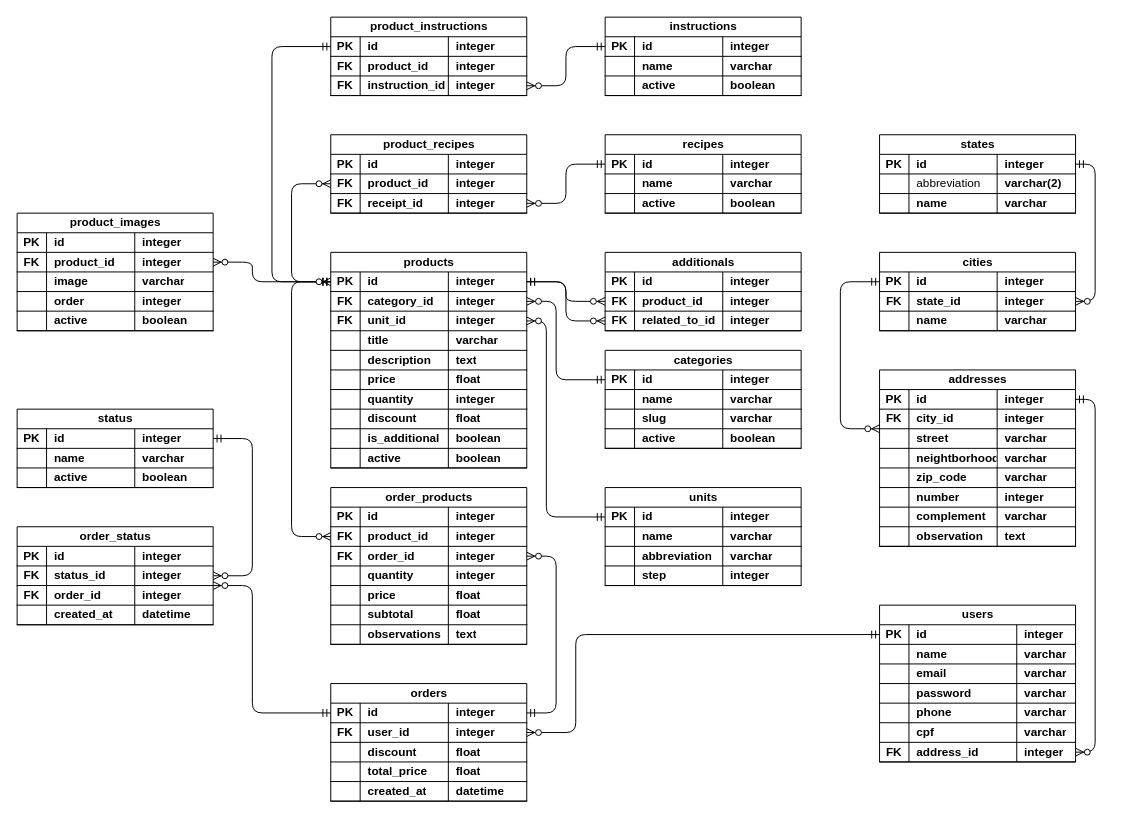
Before: database/mer/UML.drawio in univesp-pium/apprestaurantes, a draw.io diagram. Source tidied: cells renumbered, new cells numbered last; positions are measured from the earlier drawing's top-left corner, leaving out a move shared by most shapes. Both pictures are drawn from the tidied source at 98%, with x=0, y=0 at pixel (17, 17).
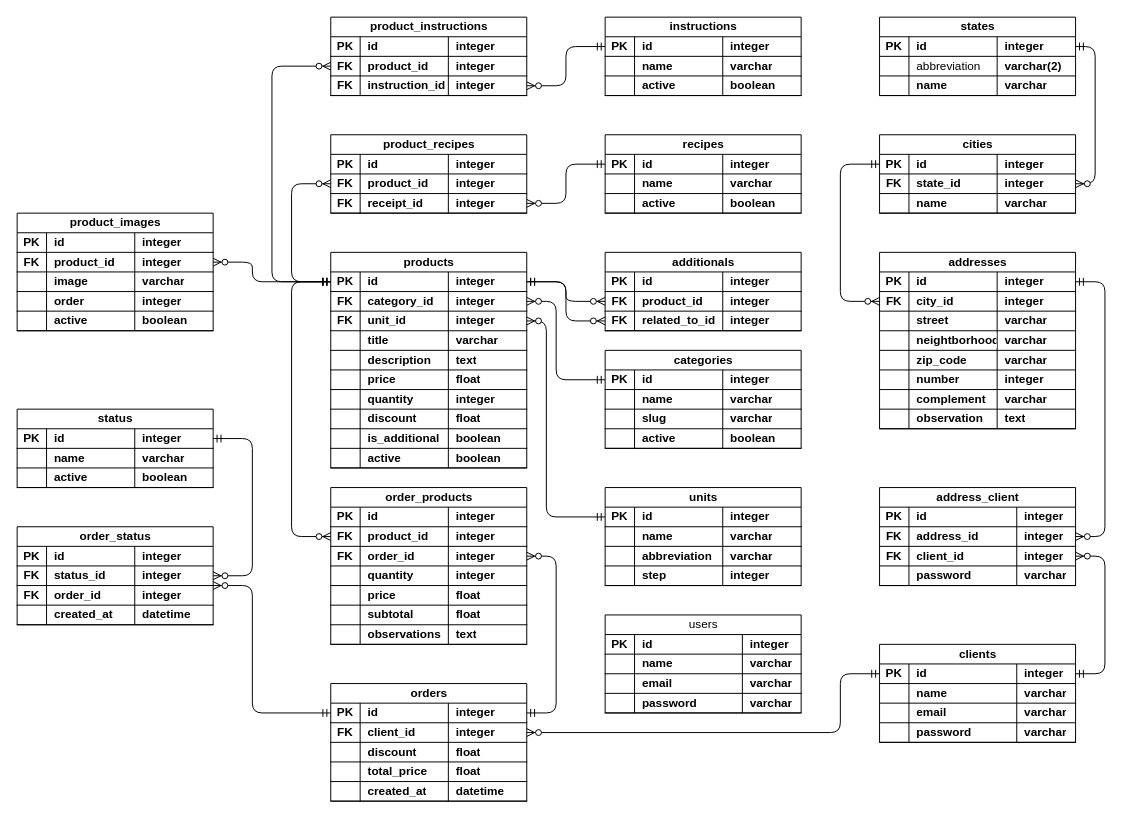
The same diagram, later.

Unchanged cells that the change refers to:
```xml
<mxCell id="3" style="shape=tableRow;horizontal=0;startSize=0;swimlaneHead=0;swimlaneBody=0;fillColor=none;points=[[0,0.5],[1,0.5]];portConstraint=eastwest;top=0;left=0;right=0;bottom=1;" parent="2" vertex="1">
  <mxGeometry y="20" width="200" height="20" as="geometry" />
</mxCell>
<mxCell id="36" style="shape=tableRow;horizontal=0;startSize=0;swimlaneHead=0;swimlaneBody=0;fillColor=none;points=[[0,0.5],[1,0.5]];portConstraint=eastwest;top=0;left=0;right=0;bottom=1;fontFamily=Helvetica;fontSize=12;fontColor=default;labelBackgroundColor=default;" parent="31" vertex="1">
  <mxGeometry y="40" width="200" height="20" as="geometry" />
</mxCell>
<mxCell id="112" style="shape=tableRow;horizontal=0;startSize=0;swimlaneHead=0;swimlaneBody=0;fillColor=none;points=[[0,0.5],[1,0.5]];portConstraint=eastwest;top=0;left=0;right=0;bottom=1;fontFamily=Helvetica;fontSize=12;fontColor=default;labelBackgroundColor=default;" parent="111" vertex="1">
  <mxGeometry y="20" width="200" height="20" as="geometry" />
</mxCell>
<mxCell id="191" style="shape=tableRow;horizontal=0;startSize=0;swimlaneHead=0;swimlaneBody=0;fillColor=none;points=[[0,0.5],[1,0.5]];portConstraint=eastwest;top=0;left=0;right=0;bottom=1;fontFamily=Helvetica;fontSize=12;fontColor=default;labelBackgroundColor=default;" parent="190" vertex="1">
  <mxGeometry y="20" width="200" height="20" as="geometry" />
</mxCell>
<mxCell id="334" style="shape=tableRow;horizontal=0;startSize=0;swimlaneHead=0;swimlaneBody=0;fillColor=none;points=[[0,0.5],[1,0.5]];portConstraint=eastwest;top=0;left=0;right=0;bottom=1;fontFamily=Helvetica;fontSize=12;fontColor=default;labelBackgroundColor=default;" parent="333" vertex="1">
  <mxGeometry y="20" width="200" height="20" as="geometry" />
</mxCell>
<mxCell id="338" style="shape=tableRow;horizontal=0;startSize=0;swimlaneHead=0;swimlaneBody=0;fillColor=none;points=[[0,0.5],[1,0.5]];portConstraint=eastwest;top=0;left=0;right=0;bottom=1;fontFamily=Helvetica;fontSize=12;fontColor=default;labelBackgroundColor=default;" parent="333" vertex="1">
  <mxGeometry y="40" width="200" height="20" as="geometry" />
</mxCell>
```

The edit, as a diff of the source:
```diff
@@
-    <mxCell id="2" value="users" style="shape=table;startSize=20;childLayout=tableLayout;rowLines=0;fontStyle=1;align=center;html=1;" parent="1" vertex="1">
-      <mxGeometry x="880" y="600" width="200" height="160" as="geometry" />
+    <mxCell id="2" value="users" style="shape=table;startSize=20;childLayout=tableLayout;rowLines=0;fontStyle=0;align=center;html=1;" parent="1" vertex="1">
+      <mxGeometry x="600" y="610" width="200" height="100" as="geometry" />
     </mxCell>
@@
-    <mxCell id="19" style="shape=tableRow;horizontal=0;startSize=0;swimlaneHead=0;swimlaneBody=0;fillColor=none;top=0;left=0;right=0;bottom=1;" parent="2" vertex="1">
-      <mxGeometry y="100" width="200" height="20" as="geometry" />
-    </mxCell>
-    <mxCell id="20" style="shape=partialRectangle;fillColor=none;top=0;left=0;bottom=0;right=0;fontStyle=1;overflow=hidden;whiteSpace=wrap;html=1;" parent="19" vertex="1">
-      <mxGeometry width="30" height="20" as="geometry" />
-    </mxCell>
-    <mxCell id="21" value="phone" style="shape=partialRectangle;fillColor=none;top=0;left=0;bottom=0;right=0;align=left;spacingLeft=6;fontStyle=1;overflow=hidden;whiteSpace=wrap;html=1;" parent="19" vertex="1">
-      <mxGeometry x="30" width="110" height="20" as="geometry" />
-    </mxCell>
-    <mxCell id="22" value="varchar" style="shape=partialRectangle;fillColor=none;top=0;left=0;bottom=0;right=0;align=left;spacingLeft=6;fontStyle=1;overflow=hidden;whiteSpace=wrap;html=1;" parent="19" vertex="1">
-      <mxGeometry x="140" width="60" height="20" as="geometry" />
-    </mxCell>
-    <mxCell id="23" style="shape=tableRow;horizontal=0;startSize=0;swimlaneHead=0;swimlaneBody=0;fillColor=none;top=0;left=0;right=0;bottom=1;" parent="2" vertex="1">
-      <mxGeometry y="120" width="200" height="20" as="geometry" />
-    </mxCell>
-    <mxCell id="24" style="shape=partialRectangle;fillColor=none;top=0;left=0;bottom=0;right=0;fontStyle=1;overflow=hidden;whiteSpace=wrap;html=1;" parent="23" vertex="1">
-      <mxGeometry width="30" height="20" as="geometry" />
-    </mxCell>
-    <mxCell id="25" value="cpf" style="shape=partialRectangle;fillColor=none;top=0;left=0;bottom=0;right=0;align=left;spacingLeft=6;fontStyle=1;overflow=hidden;whiteSpace=wrap;html=1;" parent="23" vertex="1">
-      <mxGeometry x="30" width="110" height="20" as="geometry" />
-    </mxCell>
-    <mxCell id="26" value="varchar" style="shape=partialRectangle;fillColor=none;top=0;left=0;bottom=0;right=0;align=left;spacingLeft=6;fontStyle=1;overflow=hidden;whiteSpace=wrap;html=1;" parent="23" vertex="1">
-      <mxGeometry x="140" width="60" height="20" as="geometry" />
-    </mxCell>
-    <mxCell id="27" style="shape=tableRow;horizontal=0;startSize=0;swimlaneHead=0;swimlaneBody=0;fillColor=none;points=[[0,0.5],[1,0.5]];portConstraint=eastwest;top=0;left=0;right=0;bottom=1;" parent="2" vertex="1">
-      <mxGeometry y="140" width="200" height="20" as="geometry" />
-    </mxCell>
-    <mxCell id="28" value="FK" style="shape=partialRectangle;fillColor=none;top=0;left=0;bottom=0;right=0;fontStyle=1;overflow=hidden;whiteSpace=wrap;html=1;" parent="27" vertex="1">
-      <mxGeometry width="30" height="20" as="geometry" />
-    </mxCell>
-    <mxCell id="29" value="address_id" style="shape=partialRectangle;fillColor=none;top=0;left=0;bottom=0;right=0;align=left;spacingLeft=6;fontStyle=1;overflow=hidden;whiteSpace=wrap;html=1;" parent="27" vertex="1">
-      <mxGeometry x="30" width="110" height="20" as="geometry" />
-    </mxCell>
-    <mxCell id="30" value="integer" style="shape=partialRectangle;fillColor=none;top=0;left=0;bottom=0;right=0;align=left;spacingLeft=6;fontStyle=1;overflow=hidden;whiteSpace=wrap;html=1;" parent="27" vertex="1">
-      <mxGeometry x="140" width="60" height="20" as="geometry" />
-    </mxCell>
@@
-    <mxCell id="38" value="user_id" style="shape=partialRectangle;fillColor=none;top=0;left=0;bottom=0;right=0;align=left;spacingLeft=6;fontStyle=1;overflow=hidden;whiteSpace=wrap;html=1;fontFamily=Helvetica;fontSize=12;fontColor=default;labelBackgroundColor=default;" parent="36" vertex="1">
+    <mxCell id="38" value="client_id" style="shape=partialRectangle;fillColor=none;top=0;left=0;bottom=0;right=0;align=left;spacingLeft=6;fontStyle=1;overflow=hidden;whiteSpace=wrap;html=1;fontFamily=Helvetica;fontSize=12;fontColor=default;labelBackgroundColor=default;" parent="36" vertex="1">
       <mxGeometry x="30" width="90" height="20" as="geometry" />
     </mxCell>
@@
     <mxCell id="190" value="addresses" style="shape=table;startSize=20;childLayout=tableLayout;rowLines=0;fontStyle=1;align=center;html=1;fontFamily=Helvetica;fontSize=12;fontColor=default;labelBackgroundColor=default;" parent="1" vertex="1">
-      <mxGeometry x="880" y="360" width="200" height="180" as="geometry" />
+      <mxGeometry x="880" y="240" width="200" height="180" as="geometry" />
     </mxCell>
@@
     <mxCell id="223" value="cities" style="shape=table;startSize=20;childLayout=tableLayout;rowLines=0;fontStyle=1;align=center;html=1;fontFamily=Helvetica;fontSize=12;fontColor=default;labelBackgroundColor=default;" parent="1" vertex="1">
-      <mxGeometry x="880" y="240" width="200" height="80" as="geometry" />
+      <mxGeometry x="880" y="120" width="200" height="80" as="geometry" />
     </mxCell>
@@
     <mxCell id="236" value="states" style="shape=table;startSize=20;childLayout=tableLayout;rowLines=0;fontStyle=1;align=center;html=1;fontFamily=Helvetica;fontSize=12;fontColor=default;labelBackgroundColor=default;" parent="1" vertex="1">
-      <mxGeometry x="880" y="120" width="200" height="80" as="geometry" />
+      <mxGeometry x="880" width="200" height="80" as="geometry" />
     </mxCell>
@@
-    <mxCell id="251" style="edgeStyle=elbowEdgeStyle;curved=0;rounded=1;jettySize=auto;html=1;strokeColor=default;align=center;verticalAlign=middle;fontFamily=Helvetica;fontSize=12;fontColor=default;labelBackgroundColor=default;startArrow=ERmandOne;endArrow=ERzeroToMany;" parent="1" edge="1" source="3" target="36">
-      <mxGeometry relative="1" as="geometry">
-        <Array as="points">
-          <mxPoint x="570" y="680" />
-        </Array>
-      </mxGeometry>
-    </mxCell>
@@
-    <mxCell id="258" style="edgeStyle=orthogonalEdgeStyle;rounded=1;jettySize=auto;html=1;strokeColor=default;align=center;verticalAlign=middle;fontFamily=Helvetica;fontSize=12;fontColor=default;labelBackgroundColor=default;startArrow=ERmandOne;endArrow=ERzeroToMany;" parent="1" edge="1" source="191" target="27">
-      <mxGeometry relative="1" as="geometry">
-        <Array as="points">
-          <mxPoint x="1100" y="390" />
-          <mxPoint x="1100" y="750" />
-        </Array>
-      </mxGeometry>
-    </mxCell>
@@
-    <mxCell id="347" style="edgeStyle=elbowEdgeStyle;shape=connector;curved=0;rounded=1;html=1;strokeColor=default;align=center;verticalAlign=middle;fontFamily=Helvetica;fontSize=12;fontColor=default;labelBackgroundColor=default;startArrow=ERmandOne;endArrow=ERzeroToMany;" parent="1" edge="1" source="334" target="112">
+    <mxCell id="347" style="edgeStyle=elbowEdgeStyle;shape=connector;curved=0;rounded=1;html=1;strokeColor=default;align=center;verticalAlign=middle;fontFamily=Helvetica;fontSize=12;fontColor=default;labelBackgroundColor=default;startArrow=ERmandOne;endArrow=ERzeroToMany;" parent="1" edge="1" source="112" target="338">
       <mxGeometry relative="1" as="geometry">
         <Array as="points">
           <mxPoint x="260" y="150" />
         </Array>
       </mxGeometry>
     </mxCell>
+    <mxCell id="348" value="clients" style="shape=table;startSize=20;childLayout=tableLayout;rowLines=0;fontStyle=1;align=center;html=1;" parent="1" vertex="1">
+      <mxGeometry x="880" y="640" width="200" height="100" as="geometry" />
+    </mxCell>
+    <mxCell id="349" style="shape=tableRow;horizontal=0;startSize=0;swimlaneHead=0;swimlaneBody=0;fillColor=none;points=[[0,0.5],[1,0.5]];portConstraint=eastwest;top=0;left=0;right=0;bottom=1;" parent="348" vertex="1">
+      <mxGeometry y="20" width="200" height="20" as="geometry" />
+    </mxCell>
+    <mxCell id="350" value="PK" style="shape=partialRectangle;fillColor=none;top=0;left=0;bottom=0;right=0;fontStyle=1;overflow=hidden;whiteSpace=wrap;html=1;" parent="349" vertex="1">
+      <mxGeometry width="30" height="20" as="geometry" />
+    </mxCell>
+    <mxCell id="351" value="id" style="shape=partialRectangle;fillColor=none;top=0;left=0;bottom=0;right=0;align=left;spacingLeft=6;fontStyle=1;overflow=hidden;whiteSpace=wrap;html=1;" parent="349" vertex="1">
+      <mxGeometry x="30" width="110" height="20" as="geometry" />
+    </mxCell>
+    <mxCell id="352" value="integer" style="shape=partialRectangle;fillColor=none;top=0;left=0;bottom=0;right=0;align=left;spacingLeft=6;fontStyle=1;overflow=hidden;whiteSpace=wrap;html=1;" parent="349" vertex="1">
+      <mxGeometry x="140" width="60" height="20" as="geometry" />
+    </mxCell>
+    <mxCell id="353" style="shape=tableRow;horizontal=0;startSize=0;swimlaneHead=0;swimlaneBody=0;fillColor=none;top=0;left=0;right=0;bottom=1;" parent="348" vertex="1">
+      <mxGeometry y="40" width="200" height="20" as="geometry" />
+    </mxCell>
+    <mxCell id="354" style="shape=partialRectangle;fillColor=none;top=0;left=0;bottom=0;right=0;fontStyle=1;overflow=hidden;whiteSpace=wrap;html=1;" parent="353" vertex="1">
+      <mxGeometry width="30" height="20" as="geometry" />
+    </mxCell>
+    <mxCell id="355" value="name" style="shape=partialRectangle;fillColor=none;top=0;left=0;bottom=0;right=0;align=left;spacingLeft=6;fontStyle=1;overflow=hidden;whiteSpace=wrap;html=1;" parent="353" vertex="1">
+      <mxGeometry x="30" width="110" height="20" as="geometry" />
+    </mxCell>
+    <mxCell id="356" value="varchar" style="shape=partialRectangle;fillColor=none;top=0;left=0;bottom=0;right=0;align=left;spacingLeft=6;fontStyle=1;overflow=hidden;whiteSpace=wrap;html=1;" parent="353" vertex="1">
+      <mxGeometry x="140" width="60" height="20" as="geometry" />
+    </mxCell>
+    <mxCell id="357" style="shape=tableRow;horizontal=0;startSize=0;swimlaneHead=0;swimlaneBody=0;fillColor=none;top=0;left=0;right=0;bottom=1;" parent="348" vertex="1">
+      <mxGeometry y="60" width="200" height="20" as="geometry" />
+    </mxCell>
+    <mxCell id="358" style="shape=partialRectangle;fillColor=none;top=0;left=0;bottom=0;right=0;fontStyle=1;overflow=hidden;whiteSpace=wrap;html=1;" parent="357" vertex="1">
+      <mxGeometry width="30" height="20" as="geometry" />
+    </mxCell>
+    <mxCell id="359" value="email" style="shape=partialRectangle;fillColor=none;top=0;left=0;bottom=0;right=0;align=left;spacingLeft=6;fontStyle=1;overflow=hidden;whiteSpace=wrap;html=1;" parent="357" vertex="1">
+      <mxGeometry x="30" width="110" height="20" as="geometry" />
+    </mxCell>
+    <mxCell id="360" value="varchar" style="shape=partialRectangle;fillColor=none;top=0;left=0;bottom=0;right=0;align=left;spacingLeft=6;fontStyle=1;overflow=hidden;whiteSpace=wrap;html=1;" parent="357" vertex="1">
+      <mxGeometry x="140" width="60" height="20" as="geometry" />
+    </mxCell>
+    <mxCell id="361" style="shape=tableRow;horizontal=0;startSize=0;swimlaneHead=0;swimlaneBody=0;fillColor=none;top=0;left=0;right=0;bottom=1;" parent="348" vertex="1">
+      <mxGeometry y="80" width="200" height="20" as="geometry" />
+    </mxCell>
+    <mxCell id="362" style="shape=partialRectangle;fillColor=none;top=0;left=0;bottom=0;right=0;fontStyle=1;overflow=hidden;whiteSpace=wrap;html=1;" parent="361" vertex="1">
+      <mxGeometry width="30" height="20" as="geometry" />
+    </mxCell>
+    <mxCell id="363" value="password" style="shape=partialRectangle;fillColor=none;top=0;left=0;bottom=0;right=0;align=left;spacingLeft=6;fontStyle=1;overflow=hidden;whiteSpace=wrap;html=1;" parent="361" vertex="1">
+      <mxGeometry x="30" width="110" height="20" as="geometry" />
+    </mxCell>
+    <mxCell id="364" value="varchar" style="shape=partialRectangle;fillColor=none;top=0;left=0;bottom=0;right=0;align=left;spacingLeft=6;fontStyle=1;overflow=hidden;whiteSpace=wrap;html=1;" parent="361" vertex="1">
+      <mxGeometry x="140" width="60" height="20" as="geometry" />
+    </mxCell>
+    <mxCell id="365" value="address_client" style="shape=table;startSize=20;childLayout=tableLayout;rowLines=0;fontStyle=1;align=center;html=1;" parent="1" vertex="1">
+      <mxGeometry x="880" y="480" width="200" height="100" as="geometry" />
+    </mxCell>
+    <mxCell id="366" style="shape=tableRow;horizontal=0;startSize=0;swimlaneHead=0;swimlaneBody=0;fillColor=none;top=0;left=0;right=0;bottom=1;" parent="365" vertex="1">
+      <mxGeometry y="20" width="200" height="20" as="geometry" />
+    </mxCell>
+    <mxCell id="367" value="PK" style="shape=partialRectangle;fillColor=none;top=0;left=0;bottom=0;right=0;fontStyle=1;overflow=hidden;whiteSpace=wrap;html=1;" parent="366" vertex="1">
+      <mxGeometry width="30" height="20" as="geometry" />
+    </mxCell>
+    <mxCell id="368" value="id" style="shape=partialRectangle;fillColor=none;top=0;left=0;bottom=0;right=0;align=left;spacingLeft=6;fontStyle=1;overflow=hidden;whiteSpace=wrap;html=1;" parent="366" vertex="1">
+      <mxGeometry x="30" width="110" height="20" as="geometry" />
+    </mxCell>
+    <mxCell id="369" value="integer" style="shape=partialRectangle;fillColor=none;top=0;left=0;bottom=0;right=0;align=left;spacingLeft=6;fontStyle=1;overflow=hidden;whiteSpace=wrap;html=1;" parent="366" vertex="1">
+      <mxGeometry x="140" width="60" height="20" as="geometry" />
+    </mxCell>
+    <mxCell id="370" style="shape=tableRow;horizontal=0;startSize=0;swimlaneHead=0;swimlaneBody=0;fillColor=none;points=[[0,0.5],[1,0.5]];portConstraint=eastwest;top=0;left=0;right=0;bottom=1;" parent="365" vertex="1">
+      <mxGeometry y="40" width="200" height="20" as="geometry" />
+    </mxCell>
+    <mxCell id="371" value="FK" style="shape=partialRectangle;fillColor=none;top=0;left=0;bottom=0;right=0;fontStyle=1;overflow=hidden;whiteSpace=wrap;html=1;" parent="370" vertex="1">
+      <mxGeometry width="30" height="20" as="geometry" />
+    </mxCell>
+    <mxCell id="29" value="address_id" style="shape=partialRectangle;fillColor=none;top=0;left=0;bottom=0;right=0;align=left;spacingLeft=6;fontStyle=1;overflow=hidden;whiteSpace=wrap;html=1;" parent="370" vertex="1">
+      <mxGeometry x="30" width="110" height="20" as="geometry" />
+    </mxCell>
+    <mxCell id="372" value="integer" style="shape=partialRectangle;fillColor=none;top=0;left=0;bottom=0;right=0;align=left;spacingLeft=6;fontStyle=1;overflow=hidden;whiteSpace=wrap;html=1;" parent="370" vertex="1">
+      <mxGeometry x="140" width="60" height="20" as="geometry" />
+    </mxCell>
+    <mxCell id="373" style="shape=tableRow;horizontal=0;startSize=0;swimlaneHead=0;swimlaneBody=0;fillColor=none;points=[[0,0.5],[1,0.5]];portConstraint=eastwest;top=0;left=0;right=0;bottom=1;" parent="365" vertex="1">
+      <mxGeometry y="60" width="200" height="20" as="geometry" />
+    </mxCell>
+    <mxCell id="374" value="FK" style="shape=partialRectangle;fillColor=none;top=0;left=0;bottom=0;right=0;fontStyle=1;overflow=hidden;whiteSpace=wrap;html=1;" parent="373" vertex="1">
+      <mxGeometry width="30" height="20" as="geometry" />
+    </mxCell>
+    <mxCell id="375" value="client_id" style="shape=partialRectangle;fillColor=none;top=0;left=0;bottom=0;right=0;align=left;spacingLeft=6;fontStyle=1;overflow=hidden;whiteSpace=wrap;html=1;" parent="373" vertex="1">
+      <mxGeometry x="30" width="110" height="20" as="geometry" />
+    </mxCell>
+    <mxCell id="376" value="integer" style="shape=partialRectangle;fillColor=none;top=0;left=0;bottom=0;right=0;align=left;spacingLeft=6;fontStyle=1;overflow=hidden;whiteSpace=wrap;html=1;" parent="373" vertex="1">
+      <mxGeometry x="140" width="60" height="20" as="geometry" />
+    </mxCell>
+    <mxCell id="377" style="shape=tableRow;horizontal=0;startSize=0;swimlaneHead=0;swimlaneBody=0;fillColor=none;top=0;left=0;right=0;bottom=1;" parent="365" vertex="1">
+      <mxGeometry y="80" width="200" height="20" as="geometry" />
+    </mxCell>
+    <mxCell id="378" style="shape=partialRectangle;fillColor=none;top=0;left=0;bottom=0;right=0;fontStyle=1;overflow=hidden;whiteSpace=wrap;html=1;" parent="377" vertex="1">
+      <mxGeometry width="30" height="20" as="geometry" />
+    </mxCell>
+    <mxCell id="379" value="password" style="shape=partialRectangle;fillColor=none;top=0;left=0;bottom=0;right=0;align=left;spacingLeft=6;fontStyle=1;overflow=hidden;whiteSpace=wrap;html=1;" parent="377" vertex="1">
+      <mxGeometry x="30" width="110" height="20" as="geometry" />
+    </mxCell>
+    <mxCell id="380" value="varchar" style="shape=partialRectangle;fillColor=none;top=0;left=0;bottom=0;right=0;align=left;spacingLeft=6;fontStyle=1;overflow=hidden;whiteSpace=wrap;html=1;" parent="377" vertex="1">
+      <mxGeometry x="140" width="60" height="20" as="geometry" />
+    </mxCell>
+    <mxCell id="381" style="edgeStyle=elbowEdgeStyle;shape=connector;curved=0;rounded=1;html=1;strokeColor=default;align=center;verticalAlign=middle;fontFamily=Helvetica;fontSize=12;fontColor=default;labelBackgroundColor=default;startArrow=ERmandOne;endArrow=ERzeroToMany;" parent="1" edge="1" source="191" target="370">
+      <mxGeometry relative="1" as="geometry">
+        <Array as="points">
+          <mxPoint x="1110" y="400" />
+        </Array>
+      </mxGeometry>
+    </mxCell>
+    <mxCell id="382" style="edgeStyle=elbowEdgeStyle;shape=connector;curved=0;rounded=1;html=1;strokeColor=default;align=center;verticalAlign=middle;fontFamily=Helvetica;fontSize=12;fontColor=default;labelBackgroundColor=default;startArrow=ERmandOne;endArrow=ERzeroToMany;" parent="1" edge="1" source="349" target="373">
+      <mxGeometry relative="1" as="geometry">
+        <Array as="points">
+          <mxPoint x="1110" y="610" />
+        </Array>
+      </mxGeometry>
+    </mxCell>
+    <mxCell id="383" style="edgeStyle=elbowEdgeStyle;shape=connector;curved=0;rounded=1;html=1;strokeColor=default;align=center;verticalAlign=middle;fontFamily=Helvetica;fontSize=12;fontColor=default;labelBackgroundColor=default;startArrow=ERmandOne;endArrow=ERzeroToMany;" parent="1" edge="1" source="349" target="36">
+      <mxGeometry relative="1" as="geometry">
+        <Array as="points">
+          <mxPoint x="840" y="710" />
+        </Array>
+      </mxGeometry>
+    </mxCell>
```
